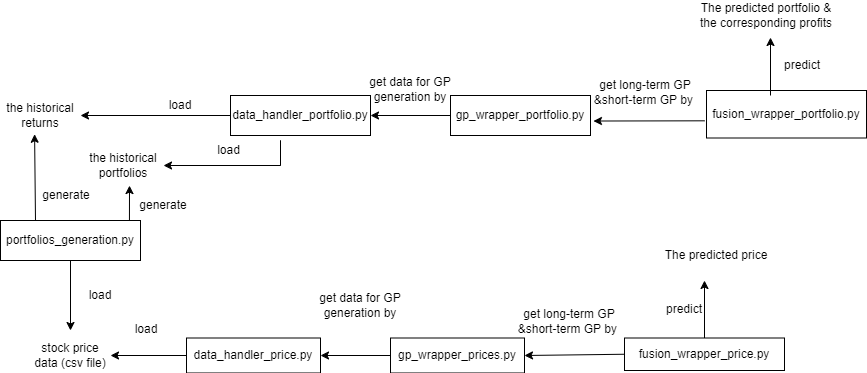
This is Process.png from ZhangArcher/MT_github, a draw.io export, as it was before one commit. Source tidied: cells renumbered, new cells last; positions are measured from the earlier drawing's top-left corner, leaving out a move shared by most shapes. The source it was exported from:
```xml
<mxGraphModel>
  <root>
    <mxCell id="0" />
    <mxCell id="1" parent="0" />
    <mxCell id="2" value="portfolios_generation.py" style="rounded=0;whiteSpace=wrap;html=1;" parent="1" vertex="1">
      <mxGeometry y="220" width="140" height="40" as="geometry" />
    </mxCell>
    <mxCell id="3" style="endArrow=classic;html=1;rounded=0;exitX=0.5;exitY=1;exitDx=0;exitDy=0;" parent="1" edge="1" source="2">
      <mxGeometry relative="1" as="geometry">
        <mxPoint x="70" y="330" as="targetPoint" />
      </mxGeometry>
    </mxCell>
    <mxCell id="4" value="stock price data (csv file)" style="text;html=1;strokeColor=none;fillColor=none;align=center;verticalAlign=middle;whiteSpace=wrap;rounded=0;" parent="1" vertex="1">
      <mxGeometry x="30" y="340" width="80" height="30" as="geometry" />
    </mxCell>
    <mxCell id="5" value="generate" style="text;html=1;strokeColor=none;fillColor=none;align=center;verticalAlign=middle;whiteSpace=wrap;rounded=0;" parent="1" vertex="1">
      <mxGeometry x="123" y="190" width="80" height="30" as="geometry" />
    </mxCell>
    <mxCell id="6" value="data_handler_price.py" style="rounded=0;whiteSpace=wrap;html=1;" parent="1" vertex="1">
      <mxGeometry x="186" y="337.5" width="134" height="35" as="geometry" />
    </mxCell>
    <mxCell id="7" style="endArrow=classic;html=1;rounded=0;entryX=1;entryY=0.5;entryDx=0;entryDy=0;" parent="1" edge="1" source="6" target="4">
      <mxGeometry relative="1" as="geometry" />
    </mxCell>
    <mxCell id="8" value="load" style="text;html=1;strokeColor=none;fillColor=none;align=center;verticalAlign=middle;whiteSpace=wrap;rounded=0;" parent="1" vertex="1">
      <mxGeometry x="60" y="280" width="80" height="30" as="geometry" />
    </mxCell>
    <mxCell id="9" value="gp_wrapper_prices.py" style="rounded=0;whiteSpace=wrap;html=1;" parent="1" vertex="1">
      <mxGeometry x="390" y="337.5" width="134" height="35" as="geometry" />
    </mxCell>
    <mxCell id="10" style="endArrow=classic;html=1;rounded=0;entryX=1;entryY=0.5;entryDx=0;entryDy=0;exitX=0;exitY=0.5;exitDx=0;exitDy=0;" parent="1" edge="1" source="9" target="6">
      <mxGeometry relative="1" as="geometry" />
    </mxCell>
    <mxCell id="11" value="fusion_wrapper_price.py" style="rounded=0;whiteSpace=wrap;html=1;" parent="1" vertex="1">
      <mxGeometry x="624" y="337.5" width="160" height="32.5" as="geometry" />
    </mxCell>
    <mxCell id="12" style="endArrow=classic;html=1;rounded=0;entryX=1;entryY=0.5;entryDx=0;entryDy=0;exitX=0;exitY=0.5;exitDx=0;exitDy=0;" parent="1" edge="1" source="11" target="9">
      <mxGeometry relative="1" as="geometry" />
    </mxCell>
    <mxCell id="13" style="endArrow=classic;html=1;rounded=0;exitX=0.5;exitY=0;exitDx=0;exitDy=0;" parent="1" edge="1" source="11">
      <mxGeometry relative="1" as="geometry">
        <mxPoint x="704" y="280" as="targetPoint" />
      </mxGeometry>
    </mxCell>
    <mxCell id="14" value="The predicted price" style="text;html=1;strokeColor=none;fillColor=none;align=center;verticalAlign=middle;whiteSpace=wrap;rounded=0;" parent="1" vertex="1">
      <mxGeometry x="652" y="240" width="128" height="30" as="geometry" />
    </mxCell>
    <mxCell id="15" value="predict" style="text;html=1;strokeColor=none;fillColor=none;align=center;verticalAlign=middle;whiteSpace=wrap;rounded=0;" parent="1" vertex="1">
      <mxGeometry x="620" y="293.8" width="128" height="30" as="geometry" />
    </mxCell>
    <mxCell id="16" value="get data for GP generation by" style="text;html=1;strokeColor=none;fillColor=none;align=center;verticalAlign=middle;whiteSpace=wrap;rounded=0;" parent="1" vertex="1">
      <mxGeometry x="310" y="286.2" width="100" height="37.5" as="geometry" />
    </mxCell>
    <mxCell id="17" value="get long-term GP&lt;br&gt;&amp;amp;short-term GP by&amp;nbsp;" style="text;html=1;strokeColor=none;fillColor=none;align=center;verticalAlign=middle;whiteSpace=wrap;rounded=0;" parent="1" vertex="1">
      <mxGeometry x="514" y="293.1" width="110" height="56.2" as="geometry" />
    </mxCell>
    <mxCell id="18" value="load" style="text;html=1;strokeColor=none;fillColor=none;align=center;verticalAlign=middle;whiteSpace=wrap;rounded=0;" parent="1" vertex="1">
      <mxGeometry x="106" y="313.8" width="80" height="30" as="geometry" />
    </mxCell>
    <mxCell id="19" value="the historical portfolios" style="text;html=1;strokeColor=none;fillColor=none;align=center;verticalAlign=middle;whiteSpace=wrap;rounded=0;" parent="1" vertex="1">
      <mxGeometry x="83" y="150" width="80" height="30" as="geometry" />
    </mxCell>
    <mxCell id="20" style="edgeStyle=orthogonalEdgeStyle;rounded=0;jettySize=auto;html=1;exitX=1;exitY=0.5;exitDx=0;exitDy=0;" parent="1" edge="1" source="21">
      <mxGeometry relative="1" as="geometry">
        <mxPoint x="80.1" y="115.1" as="targetPoint" />
      </mxGeometry>
    </mxCell>
    <mxCell id="21" value="the historical returns" style="text;html=1;strokeColor=none;fillColor=none;align=center;verticalAlign=middle;whiteSpace=wrap;rounded=0;" parent="1" vertex="1">
      <mxGeometry y="100" width="80" height="30" as="geometry" />
    </mxCell>
    <mxCell id="22" style="endArrow=classic;html=1;rounded=0;exitX=0.25;exitY=0;exitDx=0;exitDy=0;entryX=0.426;entryY=1.125;entryDx=0;entryDy=0;entryPerimeter=0;" parent="1" edge="1" source="2" target="21">
      <mxGeometry relative="1" as="geometry" />
    </mxCell>
    <mxCell id="23" style="endArrow=classic;html=1;rounded=0;entryX=0.575;entryY=1.169;entryDx=0;entryDy=0;entryPerimeter=0;exitX=0.921;exitY=-0.004;exitDx=0;exitDy=0;exitPerimeter=0;" parent="1" edge="1" source="2" target="19">
      <mxGeometry relative="1" as="geometry" />
    </mxCell>
    <mxCell id="24" value="generate" style="text;html=1;strokeColor=none;fillColor=none;align=center;verticalAlign=middle;whiteSpace=wrap;rounded=0;" parent="1" vertex="1">
      <mxGeometry x="26" y="180" width="80" height="30" as="geometry" />
    </mxCell>
    <mxCell id="25" value="data_handler_portfolio.py" style="rounded=0;whiteSpace=wrap;html=1;" parent="1" vertex="1">
      <mxGeometry x="230" y="95" width="140" height="40" as="geometry" />
    </mxCell>
    <mxCell id="26" style="endArrow=classic;html=1;rounded=0;entryX=1;entryY=0.5;entryDx=0;entryDy=0;" parent="1" edge="1" source="25" target="21">
      <mxGeometry relative="1" as="geometry" />
    </mxCell>
    <mxCell id="27" style="endArrow=classic;html=1;rounded=0;entryX=1;entryY=0.5;entryDx=0;entryDy=0;" parent="1" edge="1" target="19">
      <mxGeometry relative="1" as="geometry">
        <mxPoint x="280" y="165" as="sourcePoint" />
        <Array as="points">
          <mxPoint x="280" y="140" />
          <mxPoint x="280" y="165" />
        </Array>
      </mxGeometry>
    </mxCell>
    <mxCell id="28" value="load" style="text;html=1;strokeColor=none;fillColor=none;align=center;verticalAlign=middle;whiteSpace=wrap;rounded=0;" parent="1" vertex="1">
      <mxGeometry x="190" y="135" width="77" height="30" as="geometry" />
    </mxCell>
    <mxCell id="29" value="load" style="text;html=1;strokeColor=none;fillColor=none;align=center;verticalAlign=middle;whiteSpace=wrap;rounded=0;" parent="1" vertex="1">
      <mxGeometry x="140" y="90" width="80" height="30" as="geometry" />
    </mxCell>
    <mxCell id="30" value="gp_wrapper_portfolio.py" style="rounded=0;whiteSpace=wrap;html=1;" parent="1" vertex="1">
      <mxGeometry x="450" y="95" width="140" height="40" as="geometry" />
    </mxCell>
    <mxCell id="31" style="endArrow=classic;html=1;rounded=0;entryX=1;entryY=0.5;entryDx=0;entryDy=0;exitX=0;exitY=0.5;exitDx=0;exitDy=0;" parent="1" edge="1" source="30" target="25">
      <mxGeometry relative="1" as="geometry" />
    </mxCell>
    <mxCell id="32" value="get data for GP generation by" style="text;html=1;strokeColor=none;fillColor=none;align=center;verticalAlign=middle;whiteSpace=wrap;rounded=0;" parent="1" vertex="1">
      <mxGeometry x="360" y="70" width="100" height="37.5" as="geometry" />
    </mxCell>
    <mxCell id="33" value="fusion_wrapper_portfolio.py" style="rounded=0;whiteSpace=wrap;html=1;" parent="1" vertex="1">
      <mxGeometry x="706" y="90" width="160" height="47.5" as="geometry" />
    </mxCell>
    <mxCell id="34" style="endArrow=classic;html=1;rounded=0;entryX=1.021;entryY=0.638;entryDx=0;entryDy=0;exitX=-0.012;exitY=0.638;exitDx=0;exitDy=0;entryPerimeter=0;exitPerimeter=0;" parent="1" edge="1" source="33" target="30">
      <mxGeometry relative="1" as="geometry" />
    </mxCell>
    <mxCell id="35" value="get long-term GP&lt;br&gt;&amp;amp;short-term GP by&amp;nbsp;" style="text;html=1;strokeColor=none;fillColor=none;align=center;verticalAlign=middle;whiteSpace=wrap;rounded=0;" parent="1" vertex="1">
      <mxGeometry x="590" y="63.8" width="110" height="56.2" as="geometry" />
    </mxCell>
    <mxCell id="36" value="predict" style="text;html=1;strokeColor=none;fillColor=none;align=center;verticalAlign=middle;whiteSpace=wrap;rounded=0;" parent="1" vertex="1">
      <mxGeometry x="738" y="50" width="128" height="30" as="geometry" />
    </mxCell>
    <mxCell id="37" style="endArrow=classic;html=1;rounded=0;exitX=0.5;exitY=0;exitDx=0;exitDy=0;" parent="1" edge="1">
      <mxGeometry relative="1" as="geometry">
        <mxPoint x="770" y="95" as="sourcePoint" />
        <mxPoint x="770" y="37" as="targetPoint" />
      </mxGeometry>
    </mxCell>
    <mxCell id="38" value="The predicted portfolio &amp;amp; the corresponding profits" style="text;html=1;strokeColor=none;fillColor=none;align=center;verticalAlign=middle;whiteSpace=wrap;rounded=0;" parent="1" vertex="1">
      <mxGeometry x="692" width="148" height="30" as="geometry" />
    </mxCell>
  </root>
</mxGraphModel>
```
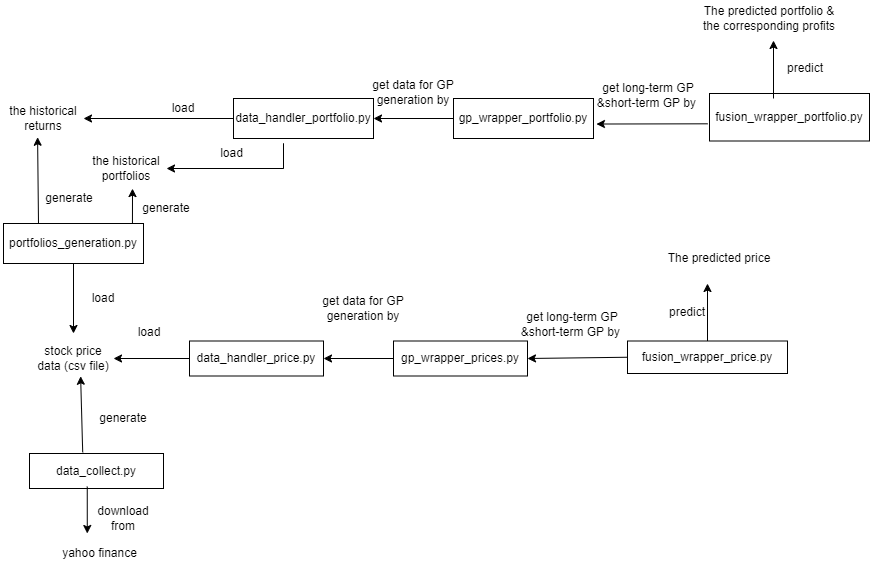
The same diagram one commit later.

The edit, as a diff of the source:
```diff
@@ -128,5 +128,23 @@
     <mxCell id="38" value="The predicted portfolio &amp;amp; the corresponding profits" style="text;html=1;strokeColor=none;fillColor=none;align=center;verticalAlign=middle;whiteSpace=wrap;rounded=0;" parent="1" vertex="1">
       <mxGeometry x="692" width="148" height="30" as="geometry" />
     </mxCell>
+    <mxCell id="39" value="data_collect.py" style="rounded=0;whiteSpace=wrap;html=1;" parent="1" vertex="1">
+      <mxGeometry x="26" y="450" width="134" height="35" as="geometry" />
+    </mxCell>
+    <mxCell id="40" style="endArrow=classic;html=1;rounded=0;exitX=0.397;exitY=-0.033;exitDx=0;exitDy=0;exitPerimeter=0;entryX=0.589;entryY=1.092;entryDx=0;entryDy=0;entryPerimeter=0;" parent="1" edge="1" source="39" target="4">
+      <mxGeometry relative="1" as="geometry" />
+    </mxCell>
+    <mxCell id="41" value="generate" style="text;html=1;strokeColor=none;fillColor=none;align=center;verticalAlign=middle;whiteSpace=wrap;rounded=0;" parent="1" vertex="1">
+      <mxGeometry x="80" y="400" width="80" height="30" as="geometry" />
+    </mxCell>
+    <mxCell id="42" value="yahoo finance" style="text;html=1;strokeColor=none;fillColor=none;align=center;verticalAlign=middle;whiteSpace=wrap;rounded=0;" parent="1" vertex="1">
+      <mxGeometry x="43" y="530" width="107" height="40" as="geometry" />
+    </mxCell>
+    <mxCell id="43" style="endArrow=classic;html=1;rounded=0;exitX=0.431;exitY=0.946;exitDx=0;exitDy=0;exitPerimeter=0;entryX=0.381;entryY=0;entryDx=0;entryDy=0;entryPerimeter=0;" parent="1" edge="1" source="39" target="42">
+      <mxGeometry relative="1" as="geometry" />
+    </mxCell>
+    <mxCell id="44" value="download from" style="text;html=1;strokeColor=none;fillColor=none;align=center;verticalAlign=middle;whiteSpace=wrap;rounded=0;" parent="1" vertex="1">
+      <mxGeometry x="80" y="500" width="80" height="30" as="geometry" />
+    </mxCell>
   </root>
 </mxGraphModel>
```
